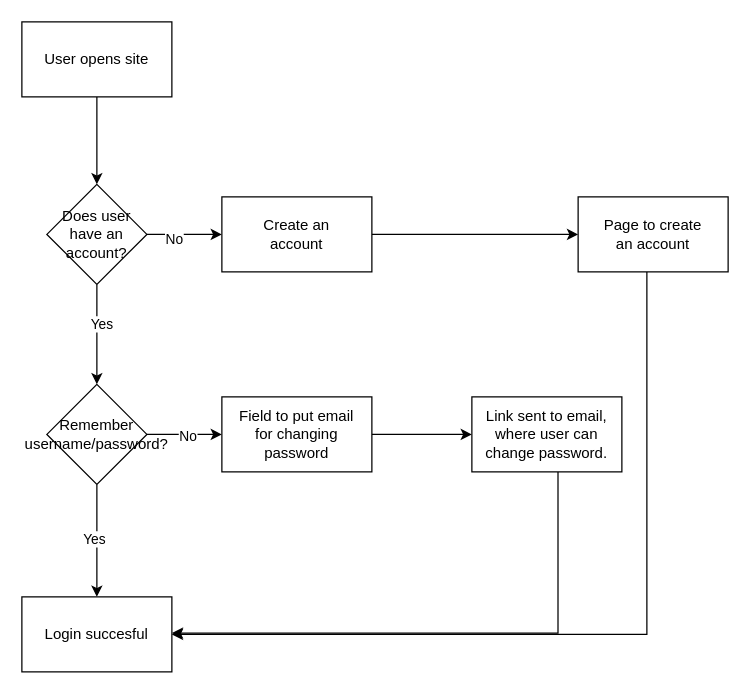
Earlier version of the draw.io diagram Architectural_design/Flow_charts/Login.drawio (foxesdancing/Chemical-Register-OHTUII). Source tidied: cells renumbered, new cells numbered last; positions are measured from the earlier drawing's top-left corner, leaving out a move shared by most shapes. Both pictures are drawn from the tidied source at 125%, with x=0, y=0 at pixel (21, 21).
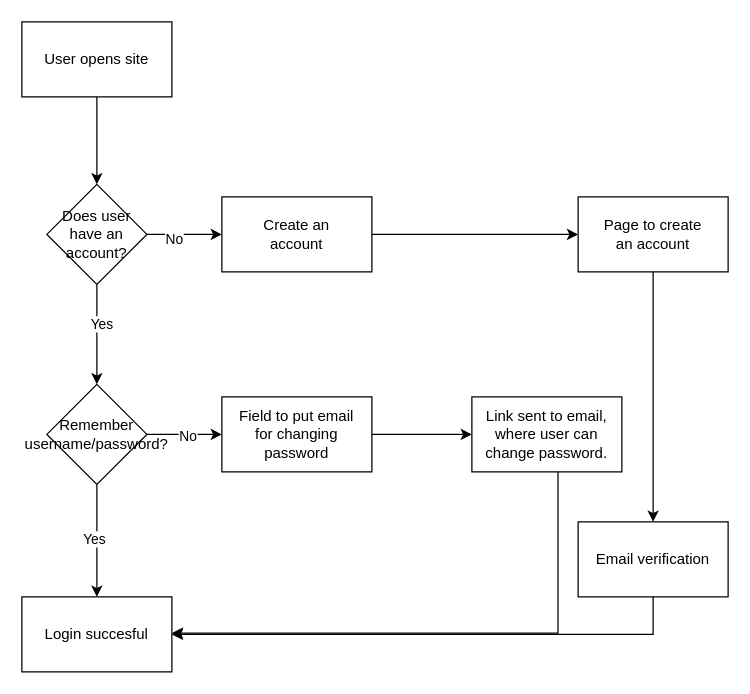
The same page after the edit.

The change refers to these unchanged cells:
```xml
<mxCell id="18" value="Login succesful" style="whiteSpace=wrap;html=1;rounded=0;" parent="1" vertex="1">
  <mxGeometry y="460" width="120" height="60" as="geometry" />
</mxCell>
<mxCell id="20" value="Page to create&lt;div&gt;an account&lt;/div&gt;" style="whiteSpace=wrap;html=1;rounded=0;" parent="1" vertex="1">
  <mxGeometry x="445" y="140" width="120" height="60" as="geometry" />
</mxCell>
```

What changed in the source:
```diff
@@
-    <mxCell id="19" style="edgeStyle=orthogonalEdgeStyle;rounded=0;orthogonalLoop=1;jettySize=auto;html=1;exitX=0.5;exitY=1;exitDx=0;exitDy=0;" parent="1" edge="1">
-      <mxGeometry relative="1" as="geometry">
-        <mxPoint x="500" y="200" as="sourcePoint" />
-        <mxPoint x="120" y="490" as="targetPoint" />
-        <Array as="points">
-          <mxPoint x="500" y="490" />
-        </Array>
-      </mxGeometry>
-    </mxCell>
+    <mxCell id="23" style="edgeStyle=orthogonalEdgeStyle;rounded=0;jettySize=auto;html=1;entryX=0.5;entryY=0;entryDx=0;entryDy=0;" parent="1" edge="1" source="20" target="25">
+      <mxGeometry relative="1" as="geometry" />
+    </mxCell>
@@
+    <mxCell id="24" style="edgeStyle=orthogonalEdgeStyle;rounded=0;jettySize=auto;html=1;entryX=1;entryY=0.5;entryDx=0;entryDy=0;" parent="1" edge="1" source="25" target="18">
+      <mxGeometry relative="1" as="geometry">
+        <Array as="points">
+          <mxPoint x="505" y="490" />
+        </Array>
+      </mxGeometry>
+    </mxCell>
+    <mxCell id="25" value="Email verification" style="rounded=0;whiteSpace=wrap;html=1;" parent="1" vertex="1">
+      <mxGeometry x="445" y="400" width="120" height="60" as="geometry" />
+    </mxCell>
```
